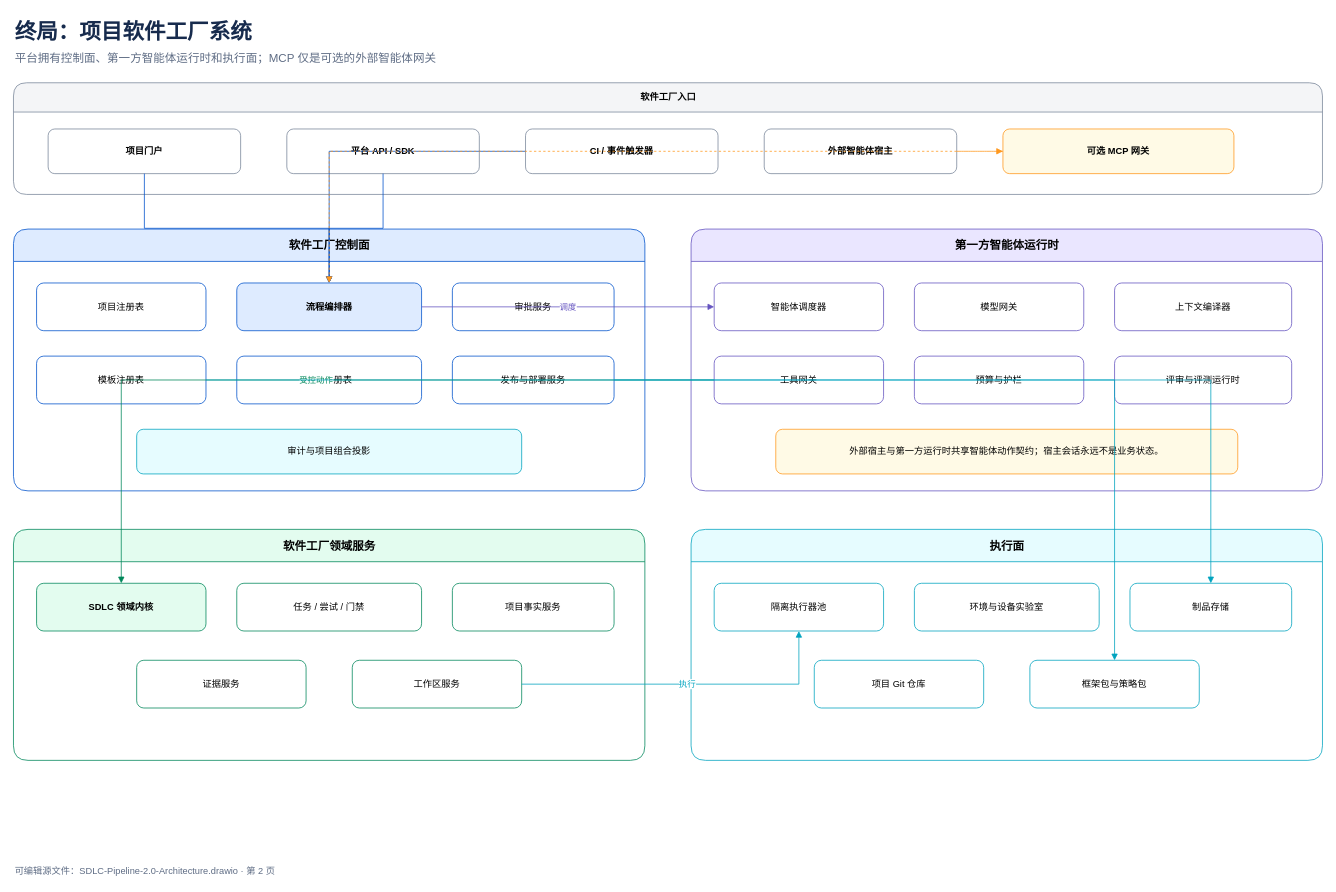
This is page "02-项目软件工厂终局" (2 of 4) of docs/v2.0/SDLC-Pipeline-2.0-Architecture.drawio from Gandufu/sdlc-factory, a draw.io file, before an edit. Source tidied: cells renumbered, new cells numbered last; positions are measured from the earlier drawing's top-left corner, leaving out a move shared by most shapes. Both pictures are drawn from the tidied source at 77%, with x=0, y=0 at pixel (13, 13).
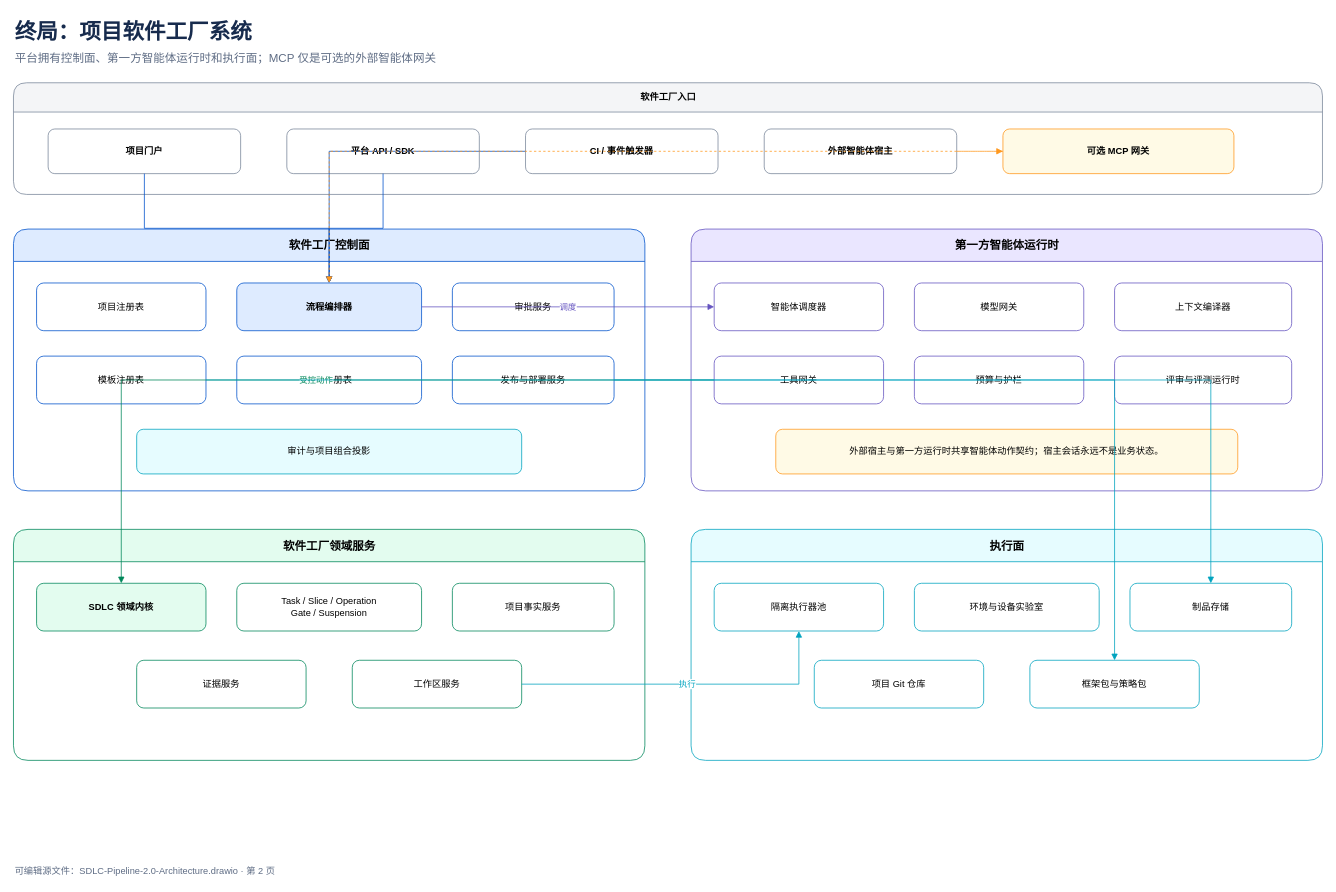
After the change.

Unchanged cells that the change refers to:
```xml
<mxCell id="26" value="软件工厂领域服务" style="swimlane;html=1;rounded=1;startSize=42;fillColor=#E3FCEF;strokeColor=#00875A;fontStyle=1;fontSize=15;" parent="1" vertex="1">
  <mxGeometry y="670" width="820" height="300" as="geometry" />
</mxCell>
```

The edit, as a diff of the source:
```diff
@@
-    <mxCell id="28" value="任务 / 尝试 / 门禁" style="rounded=1;whiteSpace=wrap;html=1;fillColor=#FFFFFF;strokeColor=#00875A;" parent="26" vertex="1">
+    <mxCell id="28" value="Task / Slice / Operation&lt;br&gt;Gate / Suspension" style="rounded=1;whiteSpace=wrap;html=1;fillColor=#FFFFFF;strokeColor=#00875A;" parent="26" vertex="1">
       <mxGeometry x="290" y="70" width="240" height="62" as="geometry" />
     </mxCell>
```
